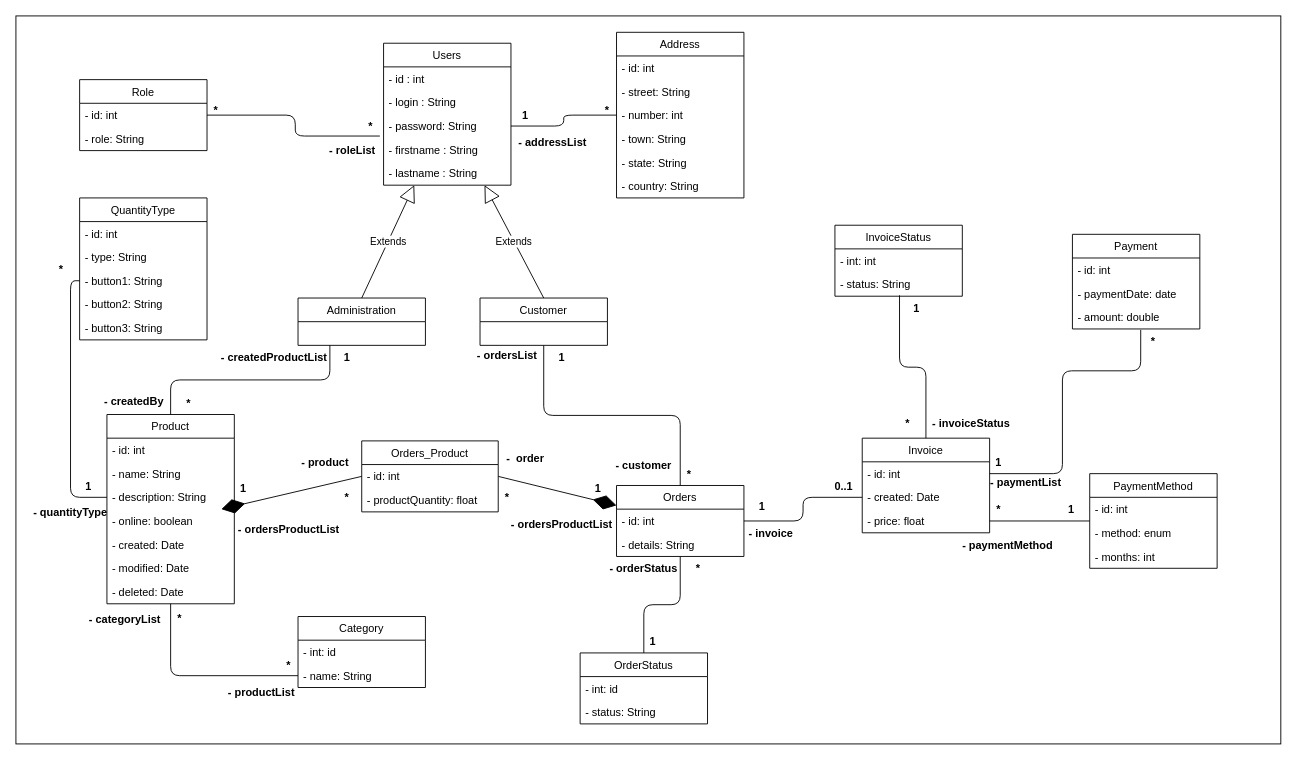
This is page "UML" (1 of 8) of AndroidAppli.drawio from TiagoVieira2021/AndroidAppli, a draw.io file, before an edit. Source tidied: cells renumbered, new cells numbered last; positions are measured from the earlier drawing's top-left corner, leaving out a move shared by most shapes. Both pictures are drawn from the tidied source at 91%, with x=0, y=0 at pixel (15, 15).
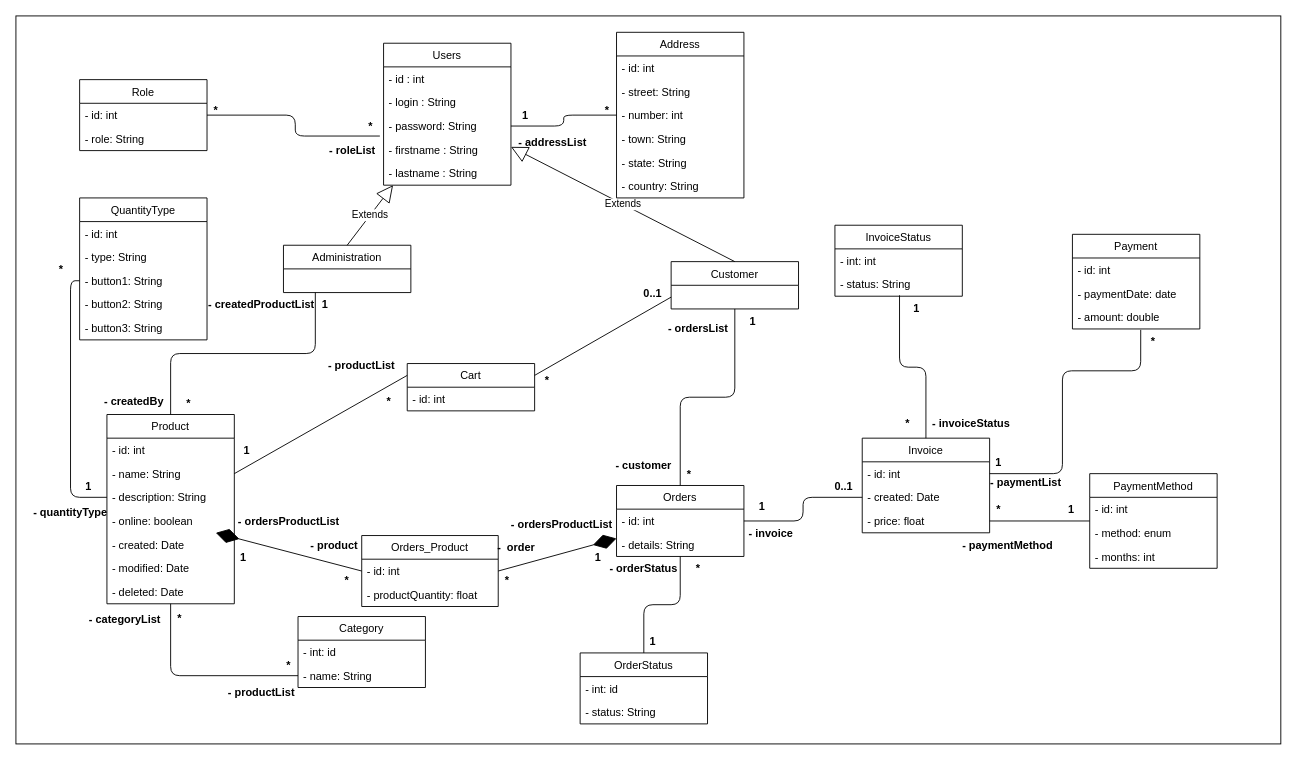
The same page after the edit.

The change refers to these unchanged cells:
```xml
<mxCell id="14" value="- name: String" style="text;strokeColor=none;fillColor=none;align=left;verticalAlign=top;spacingLeft=4;spacingRight=4;overflow=hidden;points=[[0,0.5],[1,0.5]];portConstraint=eastwest;" parent="12" vertex="1">
  <mxGeometry y="52" width="140" height="26" as="geometry" />
</mxCell>
```

Diff of the diagram source:
```diff
@@
     <mxCell id="20" value="Administration" style="swimlane;fontStyle=0;horizontal=1;startSize=26;fillColor=none;" parent="1" vertex="1">
-      <mxGeometry x="310" y="310" width="140" height="52" as="geometry" />
+      <mxGeometry x="294" y="252" width="140" height="52" as="geometry" />
     </mxCell>
     <mxCell id="21" value="Customer" style="swimlane;fontStyle=0;horizontal=1;startSize=26;fillColor=none;" parent="1" vertex="1">
-      <mxGeometry x="510" y="310" width="140" height="52" as="geometry" />
+      <mxGeometry x="720" y="270" width="140" height="52" as="geometry" />
     </mxCell>
@@
     <mxCell id="29" value="Orders_Product" style="swimlane;fontStyle=0;horizontal=1;startSize=26;fillColor=none;" parent="1" vertex="1">
-      <mxGeometry x="380" y="467" width="150" height="78" as="geometry" />
+      <mxGeometry x="380" y="571" width="150" height="78" as="geometry" />
     </mxCell>
@@
     <mxCell id="70" value="1" style="text;align=center;fontStyle=1;verticalAlign=middle;spacingLeft=3;spacingRight=3;strokeColor=none;" parent="1" vertex="1">
-      <mxGeometry x="324" y="362" width="80" height="26" as="geometry" />
+      <mxGeometry x="300" y="304" width="80" height="26" as="geometry" />
     </mxCell>
@@
     <mxCell id="73" value="1" style="text;align=center;fontStyle=1;verticalAlign=middle;spacingLeft=3;spacingRight=3;strokeColor=none;" parent="1" vertex="1">
-      <mxGeometry x="560" y="362" width="80" height="26" as="geometry" />
+      <mxGeometry x="770" y="322" width="80" height="26" as="geometry" />
     </mxCell>
     <mxCell id="74" value="- ordersList" style="text;align=center;fontStyle=1;verticalAlign=middle;spacingLeft=3;spacingRight=3;strokeColor=none;" parent="1" vertex="1">
-      <mxGeometry x="500" y="360" width="80" height="26" as="geometry" />
+      <mxGeometry x="710" y="330" width="80" height="26" as="geometry" />
     </mxCell>
     <mxCell id="75" value="- createdProductList" style="text;align=center;fontStyle=1;verticalAlign=middle;spacingLeft=3;spacingRight=3;strokeColor=none;" parent="1" vertex="1">
-      <mxGeometry x="244" y="362" width="80" height="26" as="geometry" />
+      <mxGeometry x="230" y="304" width="80" height="26" as="geometry" />
     </mxCell>
     <mxCell id="76" value="1" style="text;align=center;fontStyle=1;verticalAlign=middle;spacingLeft=3;spacingRight=3;strokeColor=none;" parent="1" vertex="1">
-      <mxGeometry x="210" y="506" width="80" height="26" as="geometry" />
+      <mxGeometry x="210" y="581" width="80" height="26" as="geometry" />
     </mxCell>
     <mxCell id="77" value="*" style="text;align=center;fontStyle=1;verticalAlign=middle;spacingLeft=3;spacingRight=3;strokeColor=none;" parent="1" vertex="1">
-      <mxGeometry x="324" y="516" width="80" height="26" as="geometry" />
+      <mxGeometry x="324" y="607" width="80" height="26" as="geometry" />
     </mxCell>
     <mxCell id="78" value="*" style="text;align=center;fontStyle=1;verticalAlign=middle;spacingLeft=3;spacingRight=3;strokeColor=none;" parent="1" vertex="1">
-      <mxGeometry x="500" y="516" width="80" height="26" as="geometry" />
+      <mxGeometry x="500" y="607" width="80" height="26" as="geometry" />
     </mxCell>
     <mxCell id="79" value="1" style="text;align=center;fontStyle=1;verticalAlign=middle;spacingLeft=3;spacingRight=3;strokeColor=none;" parent="1" vertex="1">
-      <mxGeometry x="600" y="506" width="80" height="26" as="geometry" />
+      <mxGeometry x="600" y="581" width="80" height="26" as="geometry" />
     </mxCell>
@@
     <mxCell id="90" value="- ordersProductList" style="text;align=center;fontStyle=1;verticalAlign=middle;spacingLeft=3;spacingRight=3;strokeColor=none;" parent="1" vertex="1">
-      <mxGeometry x="260" y="551" width="80" height="26" as="geometry" />
+      <mxGeometry x="260" y="542" width="80" height="26" as="geometry" />
     </mxCell>
@@
     <mxCell id="108" value="-  order" style="text;align=center;fontStyle=1;verticalAlign=middle;spacingLeft=3;spacingRight=3;strokeColor=none;" parent="1" vertex="1">
-      <mxGeometry x="520" y="473" width="80" height="26" as="geometry" />
+      <mxGeometry x="510" y="571" width="80" height="26" as="geometry" />
     </mxCell>
     <mxCell id="109" value="- product" style="text;align=center;fontStyle=1;verticalAlign=middle;spacingLeft=3;spacingRight=3;strokeColor=none;" parent="1" vertex="1">
-      <mxGeometry x="300" y="477" width="80" height="26" as="geometry" />
+      <mxGeometry x="310" y="568" width="80" height="26" as="geometry" />
     </mxCell>
@@
+    <mxCell id="121" value="Cart" style="swimlane;fontStyle=0;horizontal=1;startSize=26;fillColor=none;" parent="1" vertex="1">
+      <mxGeometry x="430" y="382" width="140" height="52" as="geometry" />
+    </mxCell>
+    <mxCell id="122" value="- id: int" style="text;strokeColor=none;fillColor=none;align=left;verticalAlign=top;spacingLeft=4;spacingRight=4;overflow=hidden;" parent="121" vertex="1">
+      <mxGeometry y="26" width="140" height="26" as="geometry" />
+    </mxCell>
+    <mxCell id="123" style="endArrow=none;html=1;exitX=1;exitY=0.25;exitDx=0;exitDy=0;entryX=0;entryY=0.75;entryDx=0;entryDy=0;" parent="1" edge="1" source="121" target="21">
+      <mxGeometry relative="1" as="geometry" />
+    </mxCell>
+    <mxCell id="124" style="endArrow=none;html=1;exitX=1;exitY=0.5;exitDx=0;exitDy=0;entryX=0;entryY=0.25;entryDx=0;entryDy=0;" parent="1" edge="1" source="14" target="121">
+      <mxGeometry relative="1" as="geometry" />
+    </mxCell>
+    <mxCell id="125" value="*" style="text;align=center;fontStyle=1;verticalAlign=middle;spacingLeft=3;spacingRight=3;strokeColor=none;" parent="1" vertex="1">
+      <mxGeometry x="544" y="387" width="80" height="26" as="geometry" />
+    </mxCell>
+    <mxCell id="126" value="0..1" style="text;align=center;fontStyle=1;verticalAlign=middle;spacingLeft=3;spacingRight=3;strokeColor=none;" parent="1" vertex="1">
+      <mxGeometry x="660" y="291" width="80" height="26" as="geometry" />
+    </mxCell>
+    <mxCell id="127" value="*" style="text;align=center;fontStyle=1;verticalAlign=middle;spacingLeft=3;spacingRight=3;strokeColor=none;" parent="1" vertex="1">
+      <mxGeometry x="370" y="410" width="80" height="26" as="geometry" />
+    </mxCell>
+    <mxCell id="128" value="1" style="text;align=center;fontStyle=1;verticalAlign=middle;spacingLeft=3;spacingRight=3;strokeColor=none;" parent="1" vertex="1">
+      <mxGeometry x="214" y="464" width="80" height="26" as="geometry" />
+    </mxCell>
+    <mxCell id="129" value="- productList" style="text;align=center;fontStyle=1;verticalAlign=middle;spacingLeft=3;spacingRight=3;strokeColor=none;" parent="1" vertex="1">
+      <mxGeometry x="340" y="370" width="80" height="26" as="geometry" />
+    </mxCell>
```
